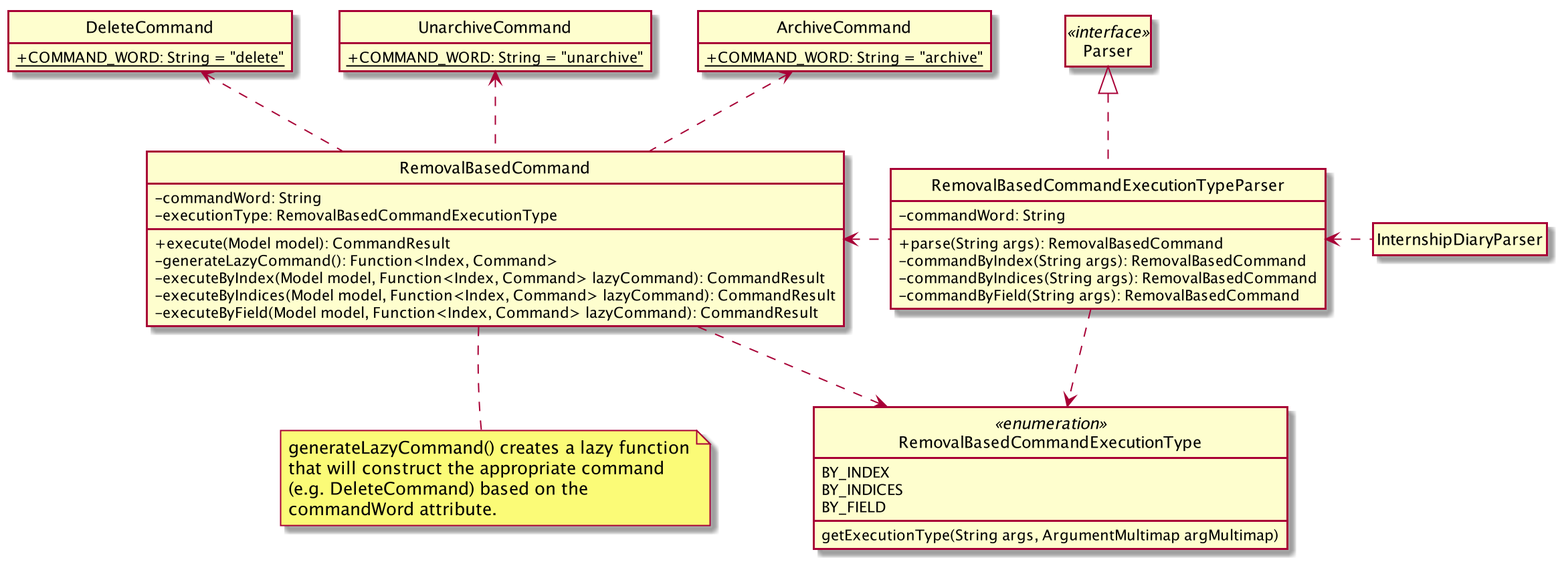
The PlantUML diagram images/RemovalBasedClassDiagram.png in AY1920S2-CS2103T-F10-2/main, before a commit. Its diagram source:
```plantuml
@startuml

hide circle
hide empty members
skinparam classAttributeIconSize 0



Class InternshipDiaryParser {
}

note "generateLazyCommand() creates a lazy function\nthat will construct the appropriate command\n(e.g. DeleteCommand) based on the\ncommandWord attribute." as lazyCommandNote
RemovalBasedCommand .. lazyCommandNote
RemovalBasedCommand .[hidden]. lazyCommandNote

class Parser <<interface>> {
}

Class ArchiveCommand {
    {static} + COMMAND_WORD: String = "archive"
}

Class UnarchiveCommand {
    {static} + COMMAND_WORD: String = "unarchive"
}

Class DeleteCommand {
    {static} + COMMAND_WORD: String = "delete"
}

Class RemovalBasedCommand {
    - commandWord: String
    - executionType: RemovalBasedCommandExecutionType
    + execute(Model model): CommandResult
    - generateLazyCommand(): Function<Index, Command>
    - executeByIndex(Model model, Function<Index, Command> lazyCommand): CommandResult
    - executeByIndices(Model model, Function<Index, Command> lazyCommand): CommandResult
    - executeByField(Model model, Function<Index, Command> lazyCommand): CommandResult
}

Class RemovalBasedCommandExecutionTypeParser implements Parser {
    - commandWord: String
    + parse(String args): RemovalBasedCommand
    - commandByIndex(String args): RemovalBasedCommand
    - commandByIndices(String args): RemovalBasedCommand
    - commandByField(String args): RemovalBasedCommand
}

enum RemovalBasedCommandExecutionType <<enumeration>> {
    BY_INDEX
    BY_INDICES
    BY_FIELD
    getExecutionType(String args, ArgumentMultimap argMultimap)
}

InternshipDiaryParser .left.> RemovalBasedCommandExecutionTypeParser
RemovalBasedCommandExecutionTypeParser .left.> RemovalBasedCommand
RemovalBasedCommandExecutionTypeParser .down.> RemovalBasedCommandExecutionType
RemovalBasedCommand .down.> RemovalBasedCommandExecutionType
RemovalBasedCommand .up.> ArchiveCommand
RemovalBasedCommand .up.> UnarchiveCommand
RemovalBasedCommand .up.> DeleteCommand


@enduml
```
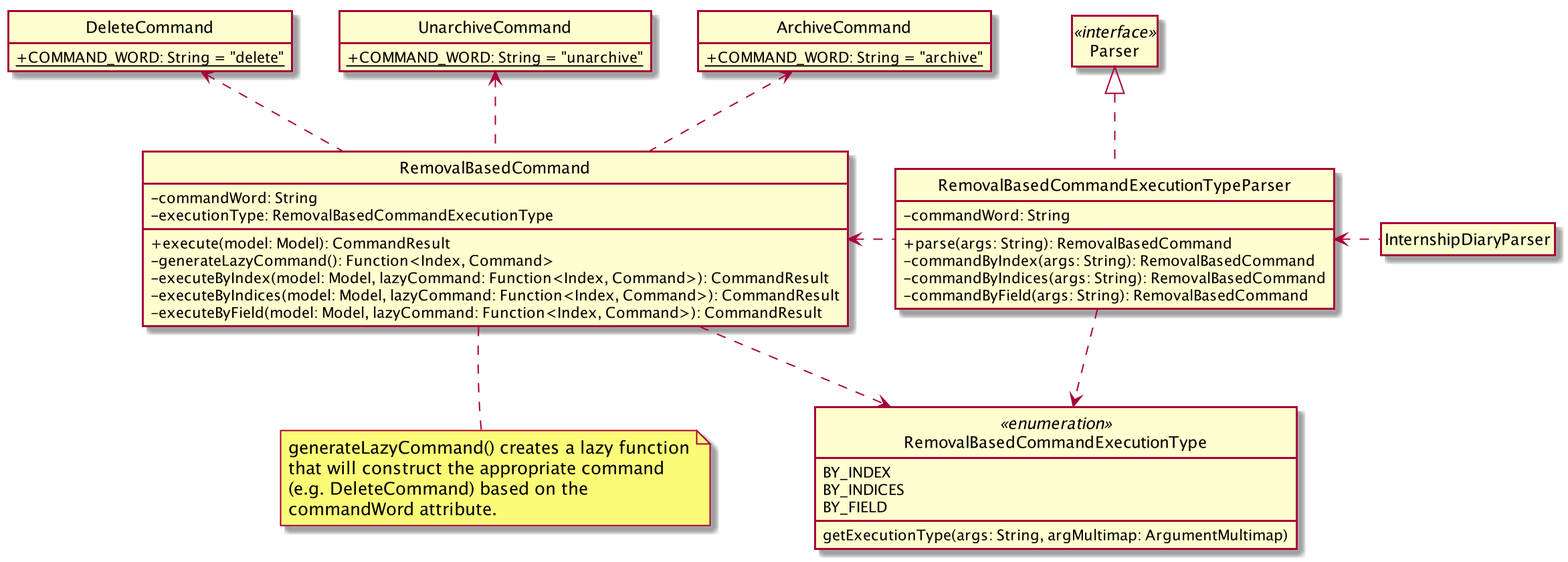
Above is the later version.

Change to the diagram source:
```diff
@@ -31,26 +31,26 @@
 Class RemovalBasedCommand {
     - commandWord: String
     - executionType: RemovalBasedCommandExecutionType
-    + execute(Model model): CommandResult
+    + execute(model: Model): CommandResult
     - generateLazyCommand(): Function<Index, Command>
-    - executeByIndex(Model model, Function<Index, Command> lazyCommand): CommandResult
-    - executeByIndices(Model model, Function<Index, Command> lazyCommand): CommandResult
-    - executeByField(Model model, Function<Index, Command> lazyCommand): CommandResult
+    - executeByIndex(model: Model, lazyCommand: Function<Index, Command>): CommandResult
+    - executeByIndices(model: Model, lazyCommand: Function<Index, Command>): CommandResult
+    - executeByField(model: Model, lazyCommand: Function<Index, Command>): CommandResult
 }
 
 Class RemovalBasedCommandExecutionTypeParser implements Parser {
     - commandWord: String
-    + parse(String args): RemovalBasedCommand
-    - commandByIndex(String args): RemovalBasedCommand
-    - commandByIndices(String args): RemovalBasedCommand
-    - commandByField(String args): RemovalBasedCommand
+    + parse(args: String): RemovalBasedCommand
+    - commandByIndex(args: String): RemovalBasedCommand
+    - commandByIndices(args: String): RemovalBasedCommand
+    - commandByField(args: String): RemovalBasedCommand
 }
 
 enum RemovalBasedCommandExecutionType <<enumeration>> {
     BY_INDEX
     BY_INDICES
     BY_FIELD
-    getExecutionType(String args, ArgumentMultimap argMultimap)
+    getExecutionType(args: String, argMultimap: ArgumentMultimap)
 }
 
 InternshipDiaryParser .left.> RemovalBasedCommandExecutionTypeParser
```
